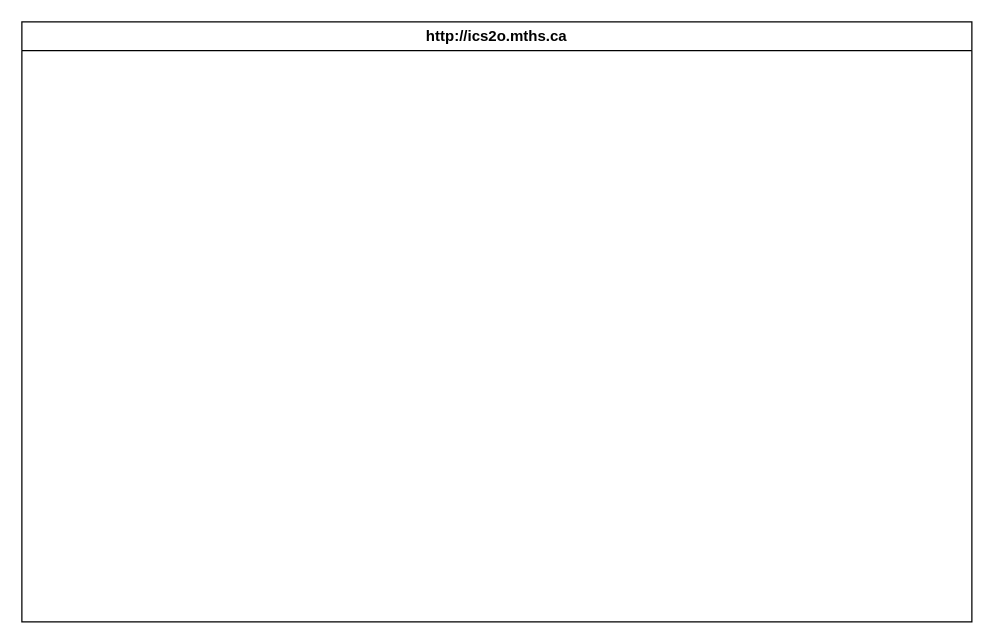
MTHS-ICS2O-2-2022/ICS2O-Unit-6-02-Colton-Grant keeps this draw.io diagram as design/storyboard.drawio. Above is the earlier version. Source tidied: cells renumbered, new cells numbered last; positions are measured from the earlier drawing's top-left corner, leaving out a move shared by most shapes. Both pictures are drawn from the tidied source at 125%, with x=0, y=0 at pixel (21, 21).
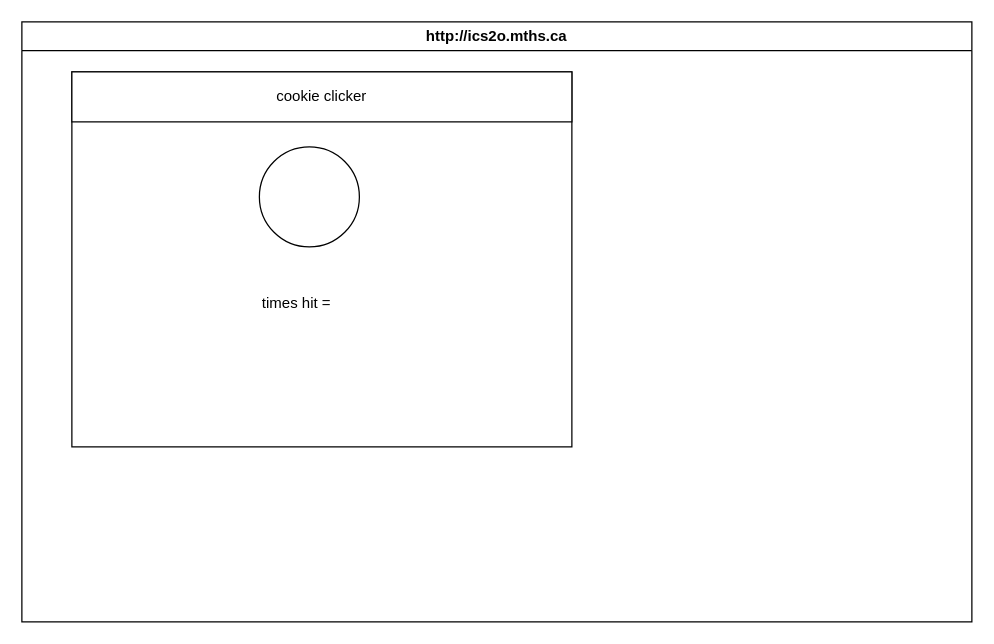
After the change.

Diff of the diagram source:
```diff
@@
 <mxGraphModel>
   <root>
     <mxCell id="0" />
     <mxCell id="1" parent="0" />
     <mxCell id="2" value="http://ics2o.mths.ca" style="swimlane;whiteSpace=wrap;html=1;" parent="1" vertex="1">
       <mxGeometry width="760" height="480" as="geometry" />
     </mxCell>
+    <mxCell id="3" style="rounded=0;whiteSpace=wrap;html=1;" parent="1" vertex="1">
+      <mxGeometry x="40" y="40" width="400" height="300" as="geometry" />
+    </mxCell>
+    <mxCell id="4" value="cookie clicker" style="rounded=0;whiteSpace=wrap;html=1;" parent="1" vertex="1">
+      <mxGeometry x="40" y="40" width="400" height="40" as="geometry" />
+    </mxCell>
+    <mxCell id="5" style="ellipse;whiteSpace=wrap;html=1;" parent="1" vertex="1">
+      <mxGeometry x="190" y="100" width="80" height="80" as="geometry" />
+    </mxCell>
+    <mxCell id="6" value="times hit =" style="text;html=1;strokeColor=none;fillColor=none;align=center;verticalAlign=middle;whiteSpace=wrap;rounded=0;" parent="1" vertex="1">
+      <mxGeometry x="190" y="210" width="60" height="30" as="geometry" />
+    </mxCell>
   </root>
 </mxGraphModel>
```
